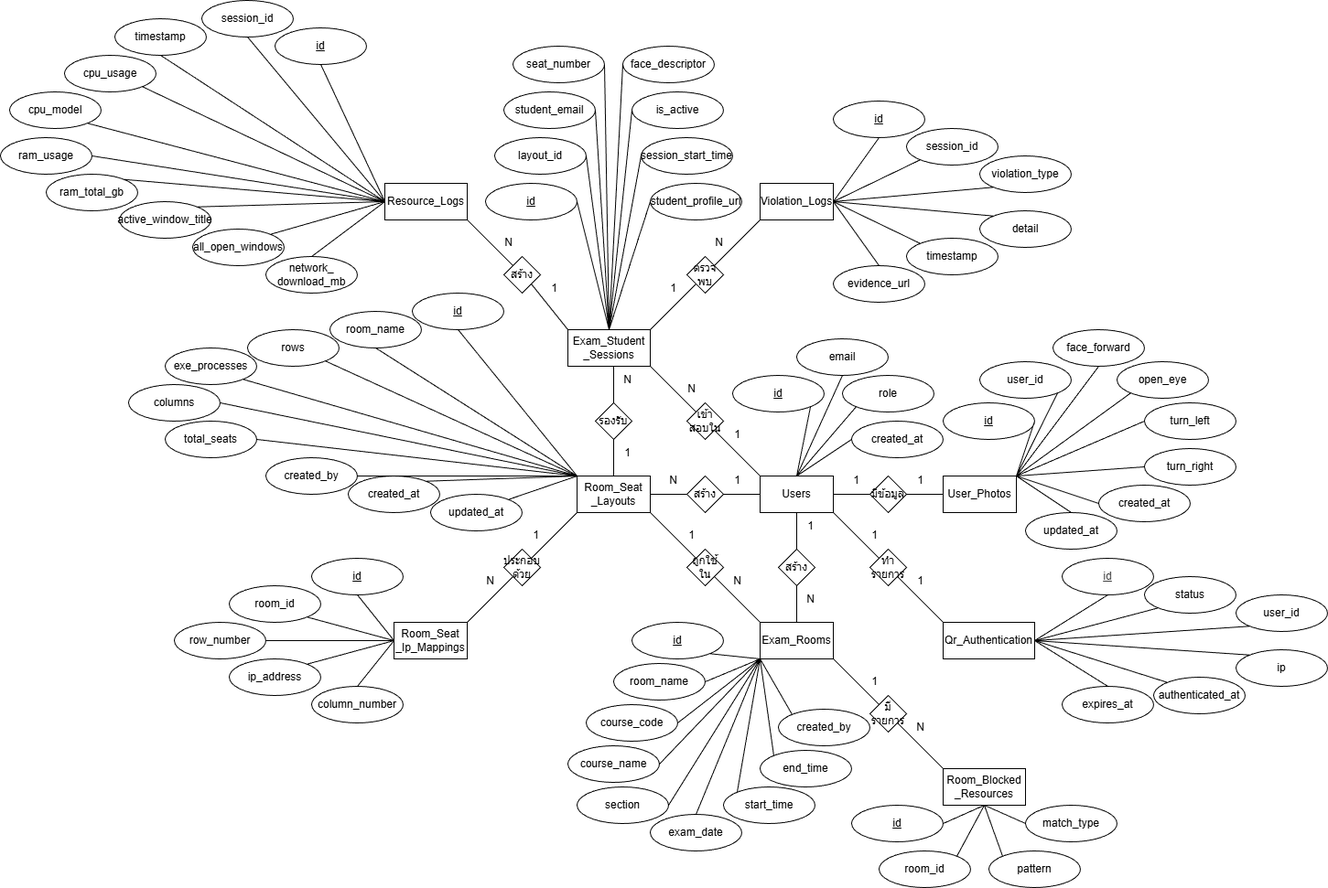
This is diagram_now/diagran_picture/ER_diagram.png from PatcharaphonKoosomsarp/FACE-EXAM, a draw.io export, as it was before one commit. Source tidied: cells renumbered, new cells last; positions are measured from the earlier drawing's top-left corner, leaving out a move shared by most shapes.
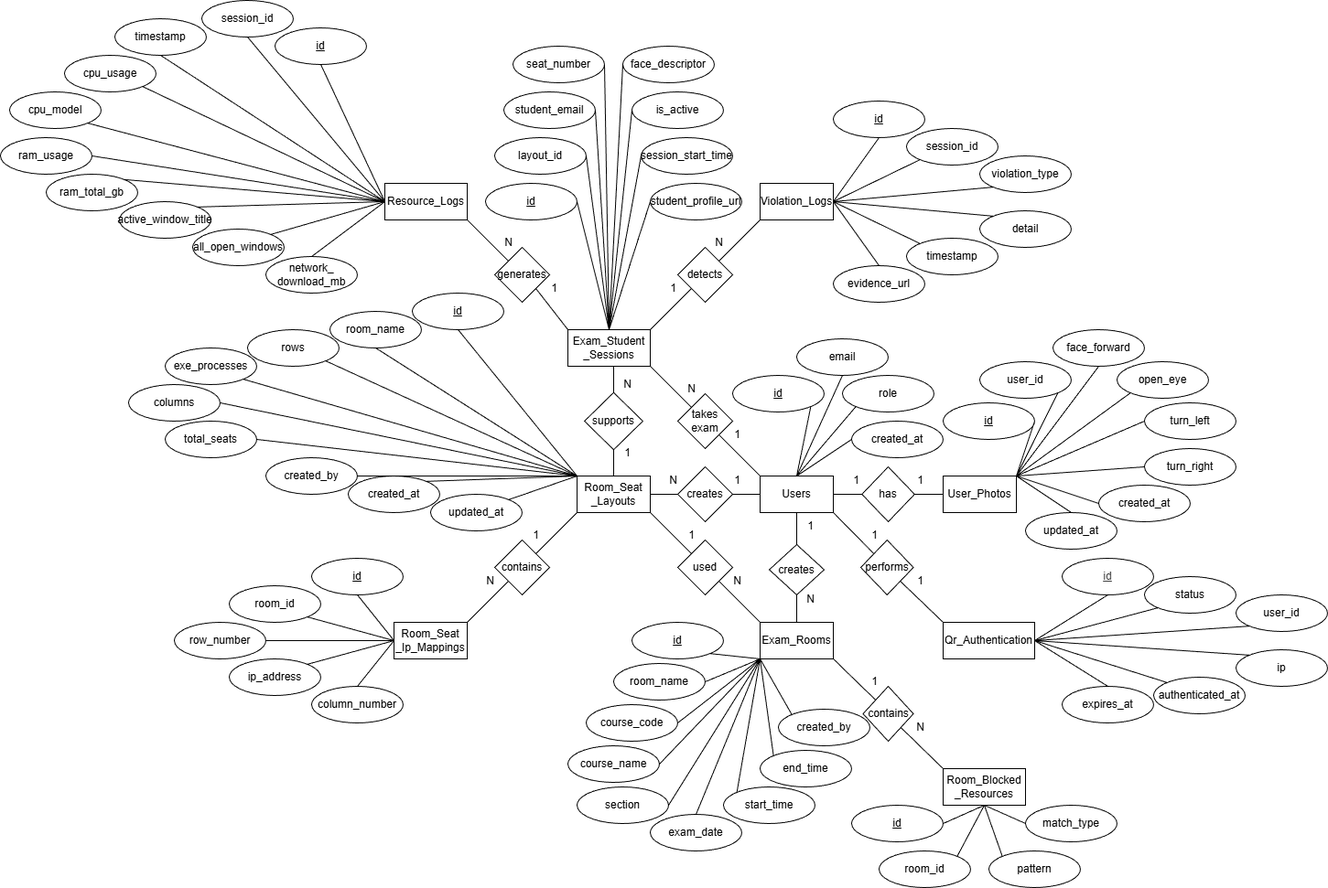
The same diagram one commit later.

The edit, as a diff of the source:
```diff
@@ -2,8 +2,8 @@
   <root>
     <mxCell id="0" />
     <mxCell id="1" parent="0" />
-    <mxCell id="2" value="มีข้อมูล" style="shape=rhombus;perimeter=rhombusPerimeter;whiteSpace=wrap;html=1;align=center;" parent="1" vertex="1">
-      <mxGeometry x="950" y="520" width="40" height="40" as="geometry" />
+    <mxCell id="2" value="has" style="shape=rhombus;perimeter=rhombusPerimeter;whiteSpace=wrap;html=1;align=center;" parent="1" vertex="1">
+      <mxGeometry x="941.2" y="510" width="57.5" height="60" as="geometry" />
     </mxCell>
     <mxCell id="3" value="1" style="text;html=1;align=center;verticalAlign=middle;strokeColor=none;fillColor=none;" parent="1" vertex="1">
       <mxGeometry x="990" y="510" width="30" height="30" as="geometry" />
@@ -227,8 +227,8 @@
     <mxCell id="76" value="&lt;span style=&quot;color: rgb(0, 0, 0);&quot;&gt;Qr_Authentication&lt;/span&gt;" style="whiteSpace=wrap;html=1;align=center;" parent="1" vertex="1">
       <mxGeometry x="1030" y="680" width="100" height="40" as="geometry" />
     </mxCell>
-    <mxCell id="77" value="สร้าง" style="shape=rhombus;perimeter=rhombusPerimeter;whiteSpace=wrap;html=1;align=center;" parent="1" vertex="1">
-      <mxGeometry x="750" y="520" width="40" height="40" as="geometry" />
+    <mxCell id="77" value="creates" style="shape=rhombus;perimeter=rhombusPerimeter;whiteSpace=wrap;html=1;align=center;" parent="1" vertex="1">
+      <mxGeometry x="740" y="510" width="60" height="60" as="geometry" />
     </mxCell>
     <mxCell id="78" style="endArrow=none;html=1;rounded=0;exitX=1;exitY=0.5;exitDx=0;exitDy=0;entryX=0;entryY=0.5;entryDx=0;entryDy=0;" parent="1" edge="1" source="77" target="67">
       <mxGeometry relative="1" as="geometry" />
@@ -242,8 +242,8 @@
     <mxCell id="81" value="N" style="text;html=1;align=center;verticalAlign=middle;strokeColor=none;fillColor=none;" parent="1" vertex="1">
       <mxGeometry x="720" y="510" width="30" height="30" as="geometry" />
     </mxCell>
-    <mxCell id="82" value="ประกอบด้วย" style="shape=rhombus;perimeter=rhombusPerimeter;whiteSpace=wrap;html=1;align=center;" parent="1" vertex="1">
-      <mxGeometry x="550" y="600" width="40" height="40" as="geometry" />
+    <mxCell id="82" value="contains" style="shape=rhombus;perimeter=rhombusPerimeter;whiteSpace=wrap;html=1;align=center;" parent="1" vertex="1">
+      <mxGeometry x="540" y="590" width="60" height="60" as="geometry" />
     </mxCell>
     <mxCell id="83" style="endArrow=none;html=1;rounded=0;exitX=0;exitY=1;exitDx=0;exitDy=0;entryX=1;entryY=0;entryDx=0;entryDy=0;" parent="1" edge="1" source="69" target="82">
       <mxGeometry relative="1" as="geometry" />
@@ -257,18 +257,13 @@
     <mxCell id="86" value="N" style="text;html=1;align=center;verticalAlign=middle;strokeColor=none;fillColor=none;" parent="1" vertex="1">
       <mxGeometry x="520" y="620" width="30" height="30" as="geometry" />
     </mxCell>
-    <mxCell id="87" value="สร้าง" style="shape=rhombus;perimeter=rhombusPerimeter;whiteSpace=wrap;html=1;align=center;" parent="1" vertex="1">
-      <mxGeometry x="850" y="600" width="40" height="40" as="geometry" />
-    </mxCell>
-    <mxCell id="88" style="endArrow=none;html=1;rounded=0;exitX=0.5;exitY=1;exitDx=0;exitDy=0;entryX=0.5;entryY=0;entryDx=0;entryDy=0;" parent="1" edge="1">
+    <mxCell id="88" style="endArrow=none;html=1;rounded=0;exitX=0.5;exitY=1;exitDx=0;exitDy=0;entryX=0.5;entryY=0;entryDx=0;entryDy=0;" parent="1" edge="1" source="87">
       <mxGeometry relative="1" as="geometry">
-        <mxPoint x="870" y="560" as="sourcePoint" />
         <mxPoint x="870" y="600" as="targetPoint" />
       </mxGeometry>
     </mxCell>
-    <mxCell id="89" style="endArrow=none;html=1;rounded=0;exitX=0.5;exitY=1;exitDx=0;exitDy=0;entryX=0.5;entryY=0;entryDx=0;entryDy=0;" parent="1" edge="1">
+    <mxCell id="89" style="endArrow=none;html=1;rounded=0;exitX=0.5;exitY=1;exitDx=0;exitDy=0;entryX=0.5;entryY=0;entryDx=0;entryDy=0;" parent="1" edge="1" source="87">
       <mxGeometry relative="1" as="geometry">
-        <mxPoint x="870" y="640" as="sourcePoint" />
         <mxPoint x="870" y="680" as="targetPoint" />
       </mxGeometry>
     </mxCell>
@@ -278,15 +273,14 @@
     <mxCell id="91" value="N" style="text;html=1;align=center;verticalAlign=middle;strokeColor=none;fillColor=none;" parent="1" vertex="1">
       <mxGeometry x="870" y="640" width="30" height="30" as="geometry" />
     </mxCell>
-    <mxCell id="92" value="ถูกใช้ใน" style="shape=rhombus;perimeter=rhombusPerimeter;whiteSpace=wrap;html=1;align=center;" parent="1" vertex="1">
-      <mxGeometry x="750" y="600" width="40" height="40" as="geometry" />
+    <mxCell id="92" value="used" style="shape=rhombus;perimeter=rhombusPerimeter;whiteSpace=wrap;html=1;align=center;" parent="1" vertex="1">
+      <mxGeometry x="740" y="590" width="60" height="60" as="geometry" />
     </mxCell>
     <mxCell id="93" style="endArrow=none;html=1;rounded=0;exitX=1;exitY=1;exitDx=0;exitDy=0;entryX=0;entryY=0;entryDx=0;entryDy=0;" parent="1" edge="1" source="69" target="92">
       <mxGeometry relative="1" as="geometry" />
     </mxCell>
-    <mxCell id="94" style="endArrow=none;html=1;rounded=0;exitX=1;exitY=1;exitDx=0;exitDy=0;entryX=0;entryY=0;entryDx=0;entryDy=0;" parent="1" edge="1">
+    <mxCell id="94" style="endArrow=none;html=1;rounded=0;exitX=1;exitY=1;exitDx=0;exitDy=0;entryX=0;entryY=0;entryDx=0;entryDy=0;" parent="1" edge="1" source="92">
       <mxGeometry relative="1" as="geometry">
-        <mxPoint x="780" y="630" as="sourcePoint" />
         <mxPoint x="830" y="680" as="targetPoint" />
       </mxGeometry>
     </mxCell>
@@ -296,8 +290,8 @@
     <mxCell id="96" value="N" style="text;html=1;align=center;verticalAlign=middle;strokeColor=none;fillColor=none;" parent="1" vertex="1">
       <mxGeometry x="790" y="620" width="30" height="30" as="geometry" />
     </mxCell>
-    <mxCell id="97" value="มีรายการ" style="shape=rhombus;perimeter=rhombusPerimeter;whiteSpace=wrap;html=1;align=center;" parent="1" vertex="1">
-      <mxGeometry x="950" y="760" width="40" height="40" as="geometry" />
+    <mxCell id="97" value="contains" style="shape=rhombus;perimeter=rhombusPerimeter;whiteSpace=wrap;html=1;align=center;" parent="1" vertex="1">
+      <mxGeometry x="942.5" y="750" width="55" height="60" as="geometry" />
     </mxCell>
     <mxCell id="98" style="endArrow=none;html=1;rounded=0;entryX=0;entryY=0;entryDx=0;entryDy=0;" parent="1" edge="1" target="97">
       <mxGeometry relative="1" as="geometry">
@@ -313,22 +307,21 @@
     <mxCell id="101" value="N" style="text;html=1;align=center;verticalAlign=middle;strokeColor=none;fillColor=none;" parent="1" vertex="1">
       <mxGeometry x="990" y="780" width="30" height="30" as="geometry" />
     </mxCell>
-    <mxCell id="102" value="เข้าสอบใน" style="shape=rhombus;perimeter=rhombusPerimeter;whiteSpace=wrap;html=1;align=center;" parent="1" vertex="1">
-      <mxGeometry x="750" y="440" width="40" height="40" as="geometry" />
+    <mxCell id="102" value="takes exam" style="shape=rhombus;perimeter=rhombusPerimeter;whiteSpace=wrap;html=1;align=center;" parent="1" vertex="1">
+      <mxGeometry x="740" y="430" width="60" height="60" as="geometry" />
     </mxCell>
     <mxCell id="103" style="endArrow=none;html=1;rounded=0;exitX=1;exitY=1;exitDx=0;exitDy=0;entryX=0;entryY=0;entryDx=0;entryDy=0;" parent="1" edge="1" target="102">
       <mxGeometry relative="1" as="geometry">
         <mxPoint x="710" y="400" as="sourcePoint" />
       </mxGeometry>
     </mxCell>
-    <mxCell id="104" style="endArrow=none;html=1;rounded=0;exitX=1;exitY=1;exitDx=0;exitDy=0;entryX=0;entryY=0;entryDx=0;entryDy=0;" parent="1" edge="1">
+    <mxCell id="104" style="endArrow=none;html=1;rounded=0;exitX=1;exitY=1;exitDx=0;exitDy=0;entryX=0;entryY=0;entryDx=0;entryDy=0;" parent="1" edge="1" source="102">
       <mxGeometry relative="1" as="geometry">
-        <mxPoint x="780" y="470" as="sourcePoint" />
         <mxPoint x="830" y="520" as="targetPoint" />
       </mxGeometry>
     </mxCell>
-    <mxCell id="105" value="รองรับ" style="shape=rhombus;perimeter=rhombusPerimeter;whiteSpace=wrap;html=1;align=center;" parent="1" vertex="1">
-      <mxGeometry x="650" y="440" width="40" height="40" as="geometry" />
+    <mxCell id="105" value="supports" style="shape=rhombus;perimeter=rhombusPerimeter;whiteSpace=wrap;html=1;align=center;" parent="1" vertex="1">
+      <mxGeometry x="638.1" y="428.8" width="63.8" height="62.5" as="geometry" />
     </mxCell>
     <mxCell id="106" style="endArrow=none;html=1;rounded=0;exitX=0.5;exitY=1;exitDx=0;exitDy=0;entryX=0.5;entryY=0;entryDx=0;entryDy=0;" parent="1" edge="1" target="105">
       <mxGeometry relative="1" as="geometry">
@@ -341,7 +334,7 @@
       </mxGeometry>
     </mxCell>
     <mxCell id="108" value="N" style="text;html=1;align=center;verticalAlign=middle;strokeColor=none;fillColor=none;" parent="1" vertex="1">
-      <mxGeometry x="670" y="400" width="30" height="30" as="geometry" />
+      <mxGeometry x="670" y="405" width="30" height="30" as="geometry" />
     </mxCell>
     <mxCell id="109" value="1" style="text;html=1;align=center;verticalAlign=middle;strokeColor=none;fillColor=none;" parent="1" vertex="1">
       <mxGeometry x="670" y="480" width="30" height="30" as="geometry" />
@@ -352,8 +345,8 @@
     <mxCell id="111" value="N" style="text;html=1;align=center;verticalAlign=middle;strokeColor=none;fillColor=none;" parent="1" vertex="1">
       <mxGeometry x="740" y="410" width="30" height="30" as="geometry" />
     </mxCell>
-    <mxCell id="112" value="สร้าง" style="shape=rhombus;perimeter=rhombusPerimeter;whiteSpace=wrap;html=1;align=center;" parent="1" vertex="1">
-      <mxGeometry x="550" y="280" width="40" height="40" as="geometry" />
+    <mxCell id="112" value="generates" style="shape=rhombus;perimeter=rhombusPerimeter;whiteSpace=wrap;html=1;align=center;" parent="1" vertex="1">
+      <mxGeometry x="540" y="270" width="60" height="60" as="geometry" />
     </mxCell>
     <mxCell id="113" style="endArrow=none;html=1;rounded=0;exitX=1;exitY=1;exitDx=0;exitDy=0;entryX=0;entryY=0;entryDx=0;entryDy=0;" parent="1" edge="1" source="112" target="73">
       <mxGeometry relative="1" as="geometry" />
@@ -367,15 +360,14 @@
     <mxCell id="116" value="N" style="text;html=1;align=center;verticalAlign=middle;strokeColor=none;fillColor=none;" parent="1" vertex="1">
       <mxGeometry x="540" y="250" width="30" height="30" as="geometry" />
     </mxCell>
-    <mxCell id="117" value="ตรวจพบ" style="shape=rhombus;perimeter=rhombusPerimeter;whiteSpace=wrap;html=1;align=center;" parent="1" vertex="1">
-      <mxGeometry x="750" y="280" width="40" height="40" as="geometry" />
+    <mxCell id="117" value="detects" style="shape=rhombus;perimeter=rhombusPerimeter;whiteSpace=wrap;html=1;align=center;" parent="1" vertex="1">
+      <mxGeometry x="740" y="270" width="60" height="60" as="geometry" />
     </mxCell>
     <mxCell id="118" style="endArrow=none;html=1;rounded=0;exitX=1;exitY=0;exitDx=0;exitDy=0;entryX=0;entryY=1;entryDx=0;entryDy=0;" parent="1" edge="1" source="73" target="117">
       <mxGeometry relative="1" as="geometry" />
     </mxCell>
-    <mxCell id="119" style="endArrow=none;html=1;rounded=0;exitX=1;exitY=0;exitDx=0;exitDy=0;entryX=0;entryY=1;entryDx=0;entryDy=0;" parent="1" edge="1">
+    <mxCell id="119" style="endArrow=none;html=1;rounded=0;exitX=1;exitY=0;exitDx=0;exitDy=0;entryX=0;entryY=1;entryDx=0;entryDy=0;" parent="1" edge="1" source="117">
       <mxGeometry relative="1" as="geometry">
-        <mxPoint x="780" y="290" as="sourcePoint" />
         <mxPoint x="830" y="240" as="targetPoint" />
       </mxGeometry>
     </mxCell>
@@ -385,17 +377,16 @@
     <mxCell id="121" value="N" style="text;html=1;align=center;verticalAlign=middle;strokeColor=none;fillColor=none;" parent="1" vertex="1">
       <mxGeometry x="770" y="250" width="30" height="30" as="geometry" />
     </mxCell>
-    <mxCell id="122" value="ทำรายการ" style="shape=rhombus;perimeter=rhombusPerimeter;whiteSpace=wrap;html=1;align=center;" parent="1" vertex="1">
-      <mxGeometry x="950" y="600" width="40" height="40" as="geometry" />
+    <mxCell id="122" value="performs" style="shape=rhombus;perimeter=rhombusPerimeter;whiteSpace=wrap;html=1;align=center;" parent="1" vertex="1">
+      <mxGeometry x="940" y="590" width="57.5" height="60" as="geometry" />
     </mxCell>
     <mxCell id="123" style="endArrow=none;html=1;rounded=0;exitX=1;exitY=1;exitDx=0;exitDy=0;entryX=0;entryY=0;entryDx=0;entryDy=0;" parent="1" edge="1" target="122">
       <mxGeometry relative="1" as="geometry">
         <mxPoint x="910" y="560" as="sourcePoint" />
       </mxGeometry>
     </mxCell>
-    <mxCell id="124" style="endArrow=none;html=1;rounded=0;exitX=1;exitY=1;exitDx=0;exitDy=0;entryX=0;entryY=0;entryDx=0;entryDy=0;" parent="1" edge="1">
+    <mxCell id="124" style="endArrow=none;html=1;rounded=0;exitX=1;exitY=1;exitDx=0;exitDy=0;entryX=0;entryY=0;entryDx=0;entryDy=0;" parent="1" edge="1" source="122">
       <mxGeometry relative="1" as="geometry">
-        <mxPoint x="980" y="630" as="sourcePoint" />
         <mxPoint x="1030" y="680" as="targetPoint" />
       </mxGeometry>
     </mxCell>
@@ -647,5 +638,13 @@
     <mxCell id="204" style="endArrow=none;html=1;rounded=0;entryX=0;entryY=0;entryDx=0;entryDy=0;exitX=1;exitY=1;exitDx=0;exitDy=0;" parent="1" edge="1" source="46" target="69">
       <mxGeometry relative="1" as="geometry" />
     </mxCell>
+    <mxCell id="205" style="endArrow=none;html=1;rounded=0;exitX=0.5;exitY=1;exitDx=0;exitDy=0;entryX=0.5;entryY=0;entryDx=0;entryDy=0;" parent="1" edge="1" target="87">
+      <mxGeometry relative="1" as="geometry">
+        <mxPoint x="870" y="560" as="sourcePoint" />
+      </mxGeometry>
+    </mxCell>
+    <mxCell id="87" value="creates" style="shape=rhombus;perimeter=rhombusPerimeter;whiteSpace=wrap;html=1;align=center;" parent="1" vertex="1">
+      <mxGeometry x="840" y="595" width="60" height="55" as="geometry" />
+    </mxCell>
   </root>
 </mxGraphModel>
```
